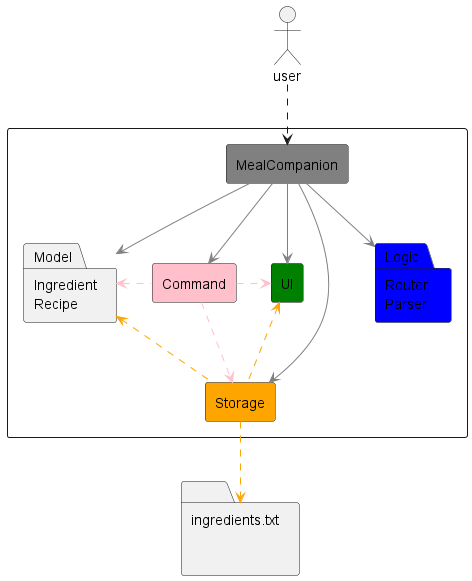
Earlier version of the PlantUML export docs/images/Architecture.png (nus-cs2113-AY2223S2/tp). The source it was exported from:
```plantuml
@startuml

!include style.puml

Rectangle {
    agent UI #green
    package Logic #blue [
    Router
    Parser
    ]
    agent Storage #orange
    package Model [
    Ingredient
    Recipe
    ]
    agent MealCompanion #grey
    agent Command #pink
}

actor user
user .down.> MealCompanion

Command .[#pink].> Storage
Command .left[#pink].> Model
Command .right[#pink].> UI
MealCompanion -[#grey]-> UI
MealCompanion -[#grey]-> Logic
MealCompanion -[#grey]-> Storage
MealCompanion -[#grey]-> Command
MealCompanion -[#grey]-> Model
Storage .up[#orange].> UI
Storage .left[#orange].> Model

folder folder [
ingredients.txt


]

Storage .[#orange].> folder

@enduml
```
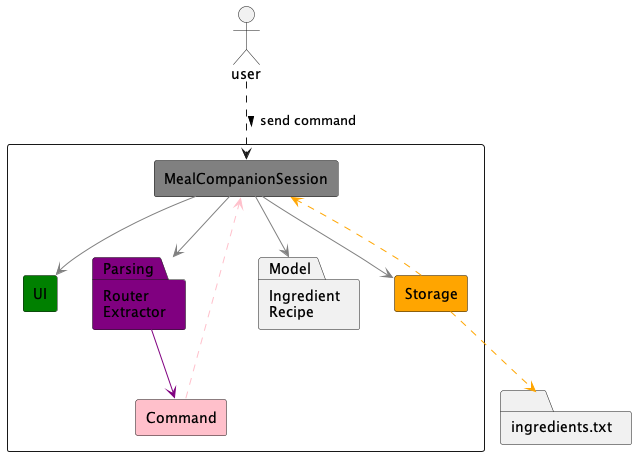
After the change.

Commit message:
Update EthanYidong's PPP Update architecture diagram and escription in the DG

Change to the diagram source:
```diff
@@ -4,37 +4,33 @@
 
 Rectangle {
     agent UI #green
-    package Logic #blue [
+    package Parsing #purple [
     Router
-    Parser
+    Extractor
     ]
     agent Storage #orange
     package Model [
     Ingredient
     Recipe
     ]
-    agent MealCompanion #grey
+    agent MealCompanionSession #grey
     agent Command #pink
 }
 
 actor user
-user .down.> MealCompanion
+user .down.> MealCompanionSession : > send command
 
-Command .[#pink].> Storage
-Command .left[#pink].> Model
-Command .right[#pink].> UI
-MealCompanion -[#grey]-> UI
-MealCompanion -[#grey]-> Logic
-MealCompanion -[#grey]-> Storage
-MealCompanion -[#grey]-> Command
-MealCompanion -[#grey]-> Model
-Storage .up[#orange].> UI
-Storage .left[#orange].> Model
+MealCompanionSession -[#grey]-> UI
+MealCompanionSession -[#grey]-> Parsing
+MealCompanionSession -[#grey]-> Storage
+MealCompanionSession -[#grey]-> Model
+Command .up[#pink].> MealCompanionSession
+
+Parsing -[#purple]-> Command
+Storage .up[#orange].> MealCompanionSession
 
 folder folder [
 ingredients.txt
-
-
 ]
 
 Storage .[#orange].> folder
```
